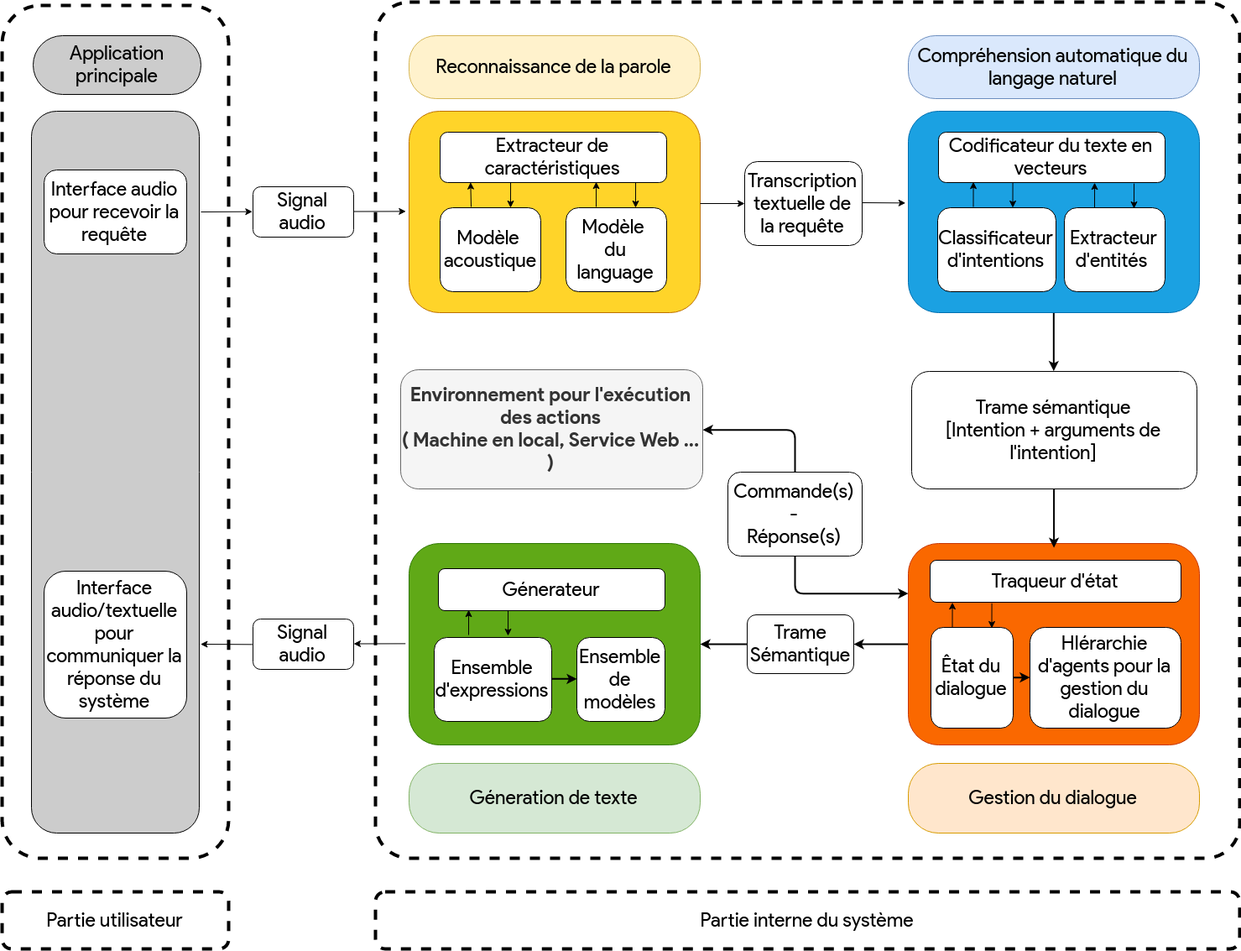
This is images/SPA_architecture.png from Wissben/Master-Thesis, a draw.io export, as it was before one commit. Source tidied: cells renumbered, new cells last; positions are measured from the earlier drawing's top-left corner, leaving out a move shared by most shapes.
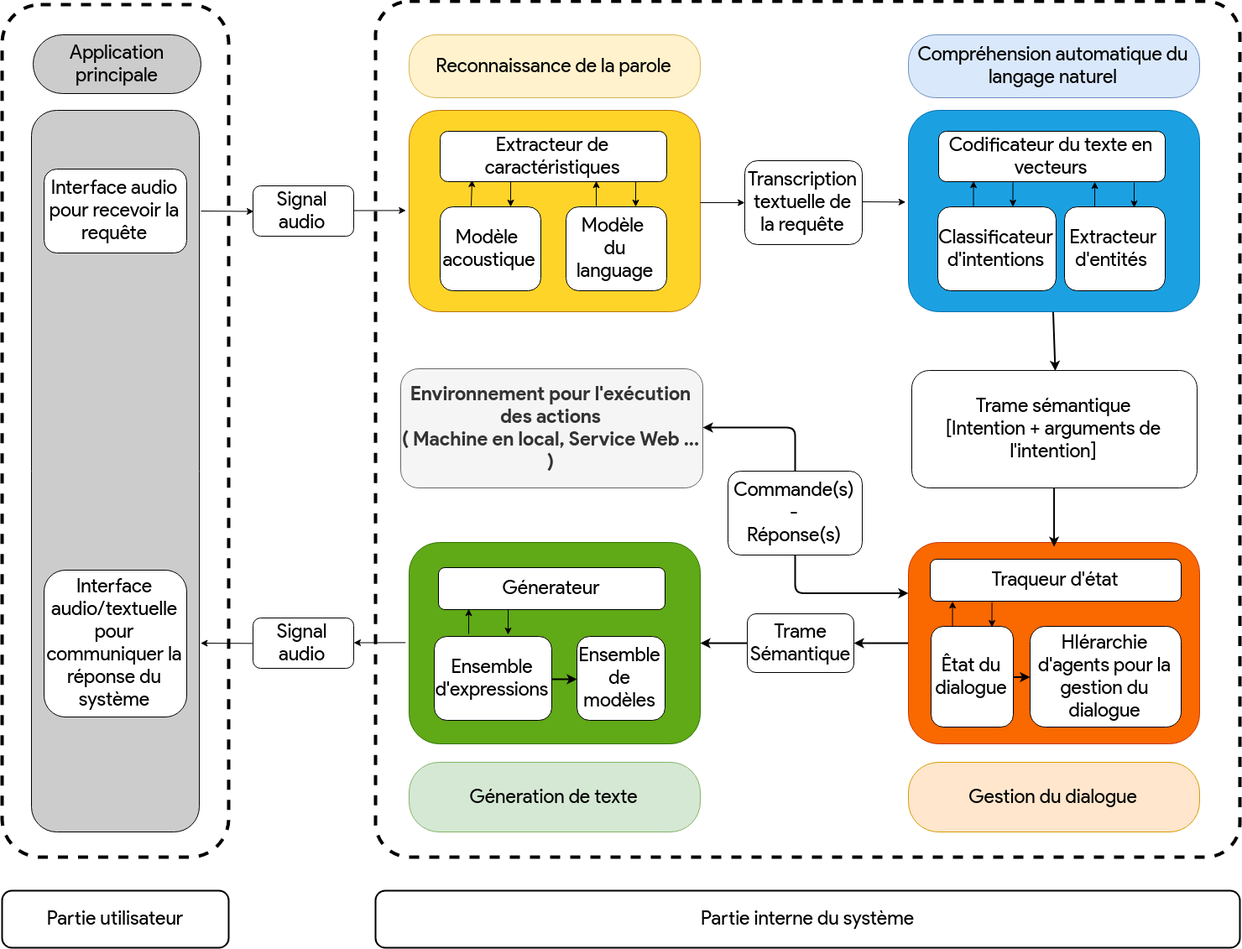
The same diagram one commit later.

What changed in the source:
```diff
@@ -234,10 +234,10 @@
     <mxCell id="60" style="whiteSpace=wrap;html=1;fontSize=23;rounded=1;arcSize=17;dashed=1;strokeWidth=4;fillColor=none;fontFamily=Lucida Console;" parent="1" vertex="1">
       <mxGeometry y="4" width="270" height="1016" as="geometry" />
     </mxCell>
-    <mxCell id="61" value="Partie utilisateur" style="whiteSpace=wrap;html=1;fontSize=23;rounded=1;arcSize=17;dashed=1;strokeWidth=4;fillColor=none;fontFamily=Lucida Console;" parent="1" vertex="1">
+    <mxCell id="61" value="Partie utilisateur" style="whiteSpace=wrap;html=1;fontSize=23;rounded=1;arcSize=17;strokeWidth=2;fillColor=none;fontFamily=Lucida Console;" parent="1" vertex="1">
       <mxGeometry y="1060" width="270" height="68" as="geometry" />
     </mxCell>
-    <mxCell id="62" value="Partie interne du système" style="whiteSpace=wrap;html=1;fontSize=23;rounded=1;arcSize=17;dashed=1;strokeWidth=4;fillColor=none;fontFamily=Lucida Console;" parent="1" vertex="1">
+    <mxCell id="62" value="Partie interne du système" style="whiteSpace=wrap;html=1;fontSize=23;rounded=1;arcSize=17;strokeWidth=2;fillColor=none;fontFamily=Lucida Console;" parent="1" vertex="1">
       <mxGeometry x="445" y="1060" width="1030" height="68" as="geometry" />
     </mxCell>
   </root>
```
